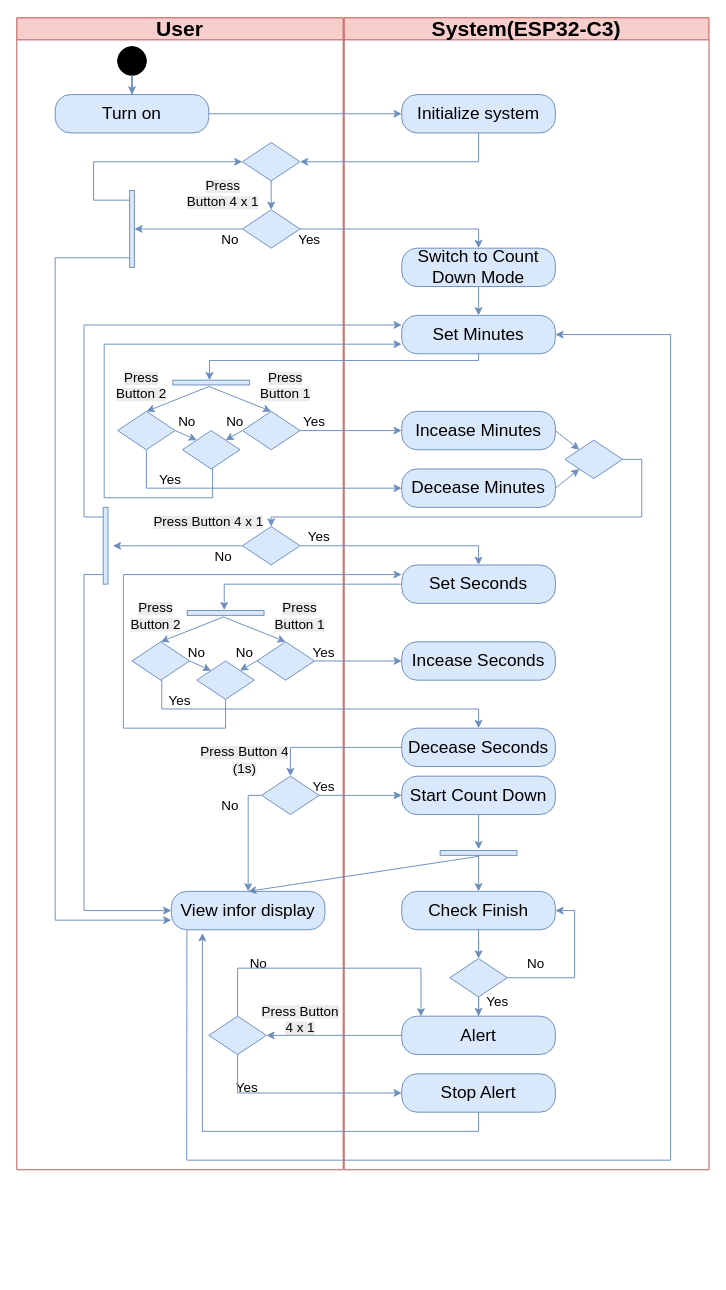
106210049/CK_RTOS keeps this draw.io diagram as page "Activity Count Down Diagram" (12 of 17) of UML.drawio. Above is the earlier version. Source tidied: cells renumbered, new cells numbered last; positions are measured from the earlier drawing's top-left corner, leaving out a move shared by most shapes. Both pictures are drawn from the tidied source at 96%, with x=0, y=0 at pixel (16, 17).
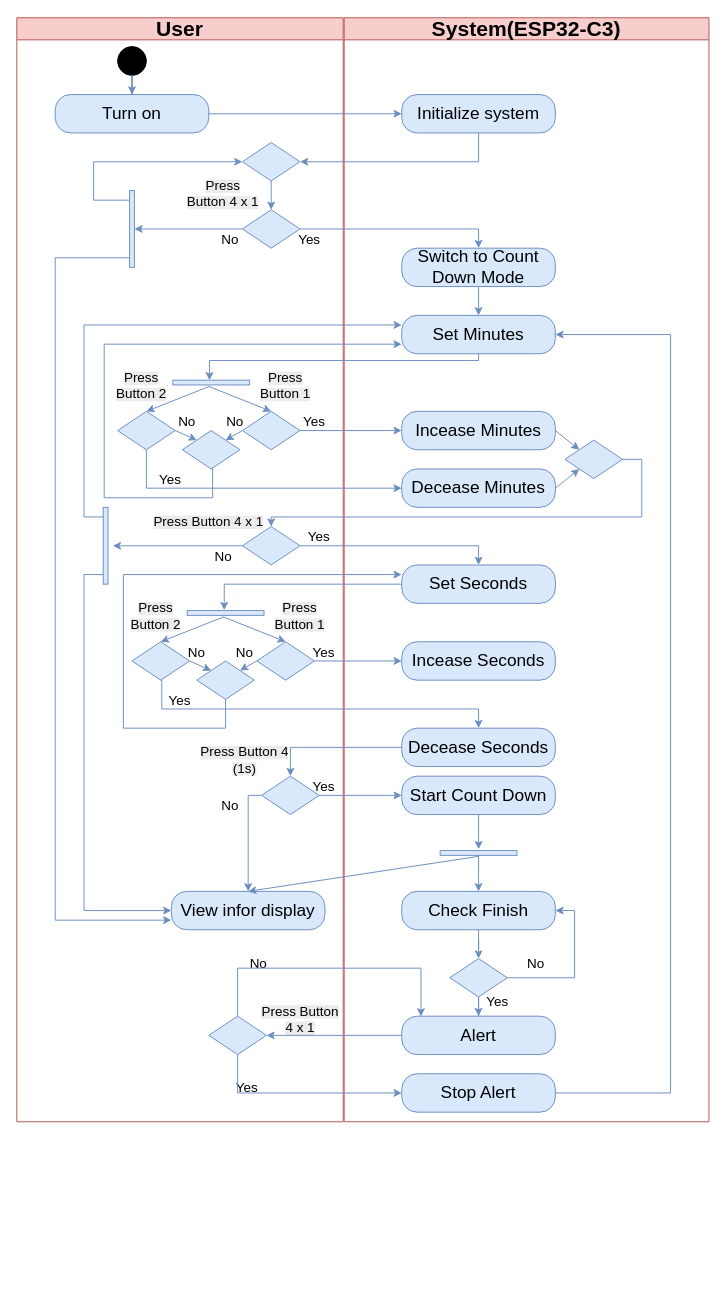
Above is the later version.

Unchanged cells that the change refers to:
```xml
<mxCell id="74" value="View infor display" style="rounded=1;whiteSpace=wrap;html=1;arcSize=40;fillColor=#dae8fc;strokeColor=#6c8ebf;fontSize=18;" parent="70" vertex="1">
  <mxGeometry x="-180" y="910" width="160" height="40" as="geometry" />
</mxCell>
<mxCell id="89" value="Stop Alert" style="rounded=1;whiteSpace=wrap;html=1;arcSize=40;fillColor=#dae8fc;strokeColor=#6c8ebf;fontSize=18;" parent="70" vertex="1">
  <mxGeometry x="60" y="1100" width="160" height="40" as="geometry" />
</mxCell>
<mxCell id="94" value="&lt;font&gt;Set Minutes&lt;/font&gt;" style="rounded=1;whiteSpace=wrap;html=1;arcSize=40;fillColor=#dae8fc;strokeColor=#6c8ebf;fontSize=18;" parent="70" vertex="1">
  <mxGeometry x="60" y="310" width="160" height="40" as="geometry" />
</mxCell>
```

What changed in the source:
```diff
@@
     <mxCell id="2" value="&lt;font style=&quot;font-size: 22px;&quot;&gt;User&lt;/font&gt;" style="swimlane;whiteSpace=wrap;html=1;fillColor=#f8cecc;strokeColor=#b85450;" parent="1" vertex="1">
-      <mxGeometry width="340" height="1200" as="geometry" />
+      <mxGeometry width="340" height="1150" as="geometry" />
     </mxCell>
@@
-    <mxCell id="66" style="endArrow=none;html=1;rounded=0;fillColor=#dae8fc;strokeColor=#6c8ebf;" parent="2" edge="1">
-      <mxGeometry relative="1" as="geometry">
-        <mxPoint x="177" y="1190" as="sourcePoint" />
-        <mxPoint x="177.2" y="950" as="targetPoint" />
-      </mxGeometry>
-    </mxCell>
-    <mxCell id="67" value="&lt;div&gt;&lt;br&gt;&lt;/div&gt;&lt;div&gt;&lt;br&gt;&lt;/div&gt;&lt;div&gt;&lt;br&gt;&lt;/div&gt;&lt;div&gt;&lt;br&gt;&lt;/div&gt;&lt;div&gt;&lt;br&gt;&lt;/div&gt;&lt;div&gt;&lt;br&gt;&lt;/div&gt;&lt;div&gt;&lt;br&gt;&lt;/div&gt;&lt;div&gt;&lt;br&gt;&lt;/div&gt;&lt;div&gt;&lt;br&gt;&lt;/div&gt;&lt;div&gt;&lt;br&gt;&lt;/div&gt;&lt;div&gt;&lt;br&gt;&lt;/div&gt;&lt;div&gt;&lt;br&gt;&lt;/div&gt;&lt;div&gt;&lt;br&gt;&lt;/div&gt;&lt;div&gt;&lt;br&gt;&lt;/div&gt;&lt;div&gt;&lt;br&gt;&lt;/div&gt;&lt;div&gt;&lt;br&gt;&lt;/div&gt;&lt;div&gt;&lt;br&gt;&lt;/div&gt;&lt;div&gt;&lt;br&gt;&lt;/div&gt;" style="endArrow=none;html=1;rounded=0;fillColor=#dae8fc;strokeColor=#6c8ebf;" parent="2" edge="1">
-      <mxGeometry relative="1" as="geometry">
-        <mxPoint x="177.5" y="1190" as="sourcePoint" />
-        <mxPoint x="681" y="1190" as="targetPoint" />
-      </mxGeometry>
-    </mxCell>
@@
     <mxCell id="70" value="&lt;font style=&quot;font-size: 22px;&quot;&gt;System(ESP32-C3)&lt;/font&gt;" style="swimlane;whiteSpace=wrap;html=1;fillColor=#f8cecc;strokeColor=#b85450;" parent="1" vertex="1">
-      <mxGeometry x="341" width="380" height="1200" as="geometry" />
+      <mxGeometry x="341" width="380" height="1150" as="geometry" />
     </mxCell>
@@
+    <mxCell id="120" style="edgeStyle=orthogonalEdgeStyle;rounded=0;jettySize=auto;html=1;entryX=1;entryY=0.5;entryDx=0;entryDy=0;fillColor=#dae8fc;strokeColor=#6c8ebf;" parent="70" edge="1" source="89" target="94">
+      <mxGeometry relative="1" as="geometry">
+        <Array as="points">
+          <mxPoint x="340" y="1120" />
+          <mxPoint x="340" y="330" />
+        </Array>
+      </mxGeometry>
+    </mxCell>
@@
-    <mxCell id="98" style="edgeStyle=orthogonalEdgeStyle;rounded=0;jettySize=auto;html=1;exitX=0.5;exitY=1;exitDx=0;exitDy=0;entryX=0.202;entryY=1.088;entryDx=0;entryDy=0;entryPerimeter=0;fillColor=#dae8fc;strokeColor=#6c8ebf;" parent="70" edge="1" source="89" target="74">
-      <mxGeometry relative="1" as="geometry" />
-    </mxCell>
-    <mxCell id="99" style="endArrow=none;html=1;rounded=0;fillColor=#dae8fc;strokeColor=#6c8ebf;" parent="70" edge="1">
-      <mxGeometry relative="1" as="geometry">
-        <mxPoint x="340" y="1190" as="sourcePoint" />
-        <mxPoint x="340" y="330" as="targetPoint" />
-      </mxGeometry>
-    </mxCell>
-    <mxCell id="100" style="endArrow=classic;html=1;rounded=0;entryX=1;entryY=0.5;entryDx=0;entryDy=0;fillColor=#dae8fc;strokeColor=#6c8ebf;" parent="70" edge="1" target="94">
-      <mxGeometry relative="1" as="geometry">
-        <mxPoint x="340" y="330" as="sourcePoint" />
-      </mxGeometry>
-    </mxCell>
```
